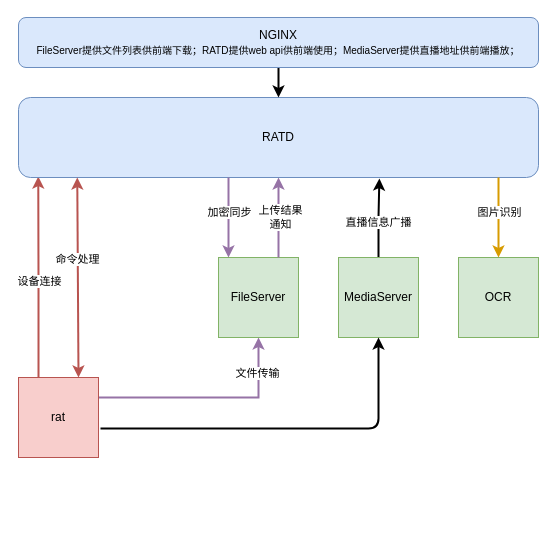
HeisenbergV/node keeps this draw.io diagram as framwork.drawio. Above is the earlier version. Source tidied: cells renumbered, new cells numbered last; positions are measured from the earlier drawing's top-left corner, leaving out a move shared by most shapes. Both pictures are drawn from the tidied source at 100%, with x=0, y=0 at pixel (18, 17).
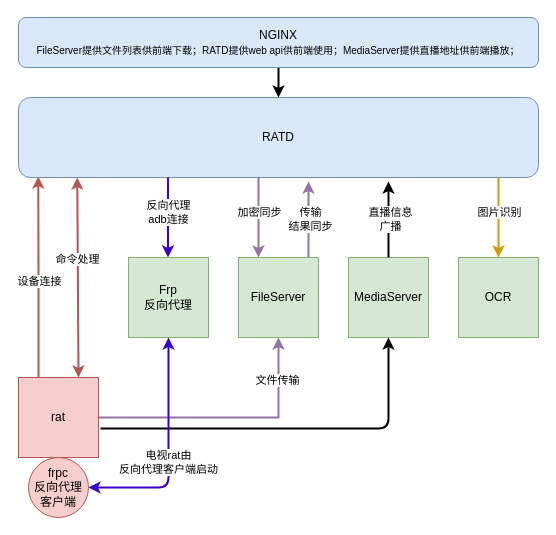
The same diagram, later.

The change refers to these unchanged cells:
```xml
<mxCell id="6" value="rat" style="whiteSpace=wrap;html=1;fillColor=#f8cecc;strokeColor=#b85450;" parent="1" vertex="1">
  <mxGeometry y="360" width="80" height="80" as="geometry" />
</mxCell>
<mxCell id="12" value="RATD" style="rounded=1;whiteSpace=wrap;html=1;fillColor=#dae8fc;strokeColor=#6c8ebf;" parent="1" vertex="1">
  <mxGeometry y="80" width="520" height="80" as="geometry" />
</mxCell>
```

What changed in the source:
```diff
@@
-    <mxCell id="2" style="edgeStyle=orthogonalEdgeStyle;rounded=0;jettySize=auto;html=1;entryX=0.5;entryY=1;entryDx=0;entryDy=0;fillColor=#e1d5e7;strokeColor=#9673a6;strokeWidth=2;exitX=1;exitY=0.25;exitDx=0;exitDy=0;" parent="1" edge="1" source="6" target="7">
+    <mxCell id="2" style="edgeStyle=orthogonalEdgeStyle;rounded=0;jettySize=auto;html=1;entryX=0.5;entryY=1;entryDx=0;entryDy=0;fillColor=#e1d5e7;strokeColor=#9673a6;strokeWidth=2;exitX=1;exitY=0.5;exitDx=0;exitDy=0;" parent="1" edge="1" source="6" target="7">
       <mxGeometry relative="1" as="geometry" />
     </mxCell>
@@
     <mxCell id="7" value="FileServer" style="whiteSpace=wrap;html=1;fillColor=#d5e8d4;strokeColor=#82b366;" parent="1" vertex="1">
-      <mxGeometry x="200" y="240" width="80" height="80" as="geometry" />
+      <mxGeometry x="220" y="240" width="80" height="80" as="geometry" />
     </mxCell>
-    <mxCell id="8" style="edgeStyle=orthogonalEdgeStyle;rounded=0;jettySize=auto;html=1;entryX=0.694;entryY=1.013;entryDx=0;entryDy=0;entryPerimeter=0;strokeWidth=2;" parent="1" edge="1" source="10" target="12">
-      <mxGeometry relative="1" as="geometry" />
-    </mxCell>
-    <mxCell id="9" value="直播信息广播" style="edgeLabel;html=1;align=center;verticalAlign=middle;" parent="8" vertex="1">
-      <mxGeometry x="-0.1" y="1" relative="1" as="geometry" />
-    </mxCell>
     <mxCell id="10" value="MediaServer" style="whiteSpace=wrap;html=1;fillColor=#d5e8d4;strokeColor=#82b366;" parent="1" vertex="1">
-      <mxGeometry x="320" y="240" width="80" height="80" as="geometry" />
+      <mxGeometry x="330" y="240" width="80" height="80" as="geometry" />
     </mxCell>
@@
     <mxCell id="17" style="endArrow=classic;html=1;entryX=0.5;entryY=0;entryDx=0;entryDy=0;strokeWidth=2;fillColor=#e1d5e7;strokeColor=#9673a6;" parent="1" edge="1">
       <mxGeometry relative="1" as="geometry">
-        <mxPoint x="210" y="160" as="sourcePoint" />
-        <mxPoint x="210" y="240" as="targetPoint" />
+        <mxPoint x="240" y="160" as="sourcePoint" />
+        <mxPoint x="240" y="240" as="targetPoint" />
       </mxGeometry>
     </mxCell>
@@
-    <mxCell id="19" style="endArrow=classic;html=1;exitX=0.75;exitY=0;exitDx=0;exitDy=0;entryX=0.5;entryY=1;entryDx=0;entryDy=0;fillColor=#e1d5e7;strokeColor=#9673a6;strokeWidth=2;" parent="1" edge="1" source="7" target="12">
-      <mxGeometry relative="1" as="geometry" />
-    </mxCell>
-    <mxCell id="20" value="上传结果&lt;br&gt;通知" style="edgeLabel;html=1;align=center;verticalAlign=middle;" parent="19" vertex="1">
-      <mxGeometry x="0.03" y="-1" relative="1" as="geometry" />
-    </mxCell>
     <mxCell id="21" style="endArrow=classic;html=1;strokeWidth=2;exitX=1.025;exitY=0.638;exitDx=0;exitDy=0;exitPerimeter=0;entryX=0.5;entryY=1;entryDx=0;entryDy=0;" parent="1" edge="1" source="6" target="10">
       <mxGeometry relative="1" as="geometry">
         <Array as="points">
-          <mxPoint x="360" y="411" />
+          <mxPoint x="370" y="411" />
         </Array>
       </mxGeometry>
     </mxCell>
@@
+    <mxCell id="24" value="Frp&lt;br&gt;反向代理" style="whiteSpace=wrap;html=1;fillColor=#d5e8d4;strokeColor=#82b366;" parent="1" vertex="1">
+      <mxGeometry x="110" y="240" width="80" height="80" as="geometry" />
+    </mxCell>
+    <mxCell id="25" style="endArrow=classic;html=1;strokeWidth=2;exitX=0.5;exitY=0;exitDx=0;exitDy=0;" parent="1" edge="1" source="10">
+      <mxGeometry relative="1" as="geometry">
+        <mxPoint x="370" y="164" as="targetPoint" />
+      </mxGeometry>
+    </mxCell>
+    <mxCell id="26" value="直播信息&lt;br&gt;广播" style="edgeLabel;html=1;align=center;verticalAlign=middle;" parent="25" vertex="1">
+      <mxGeometry x="0.03" y="-1" relative="1" as="geometry" />
+    </mxCell>
+    <mxCell id="27" style="endArrow=classic;html=1;strokeWidth=2;exitX=0.5;exitY=0;exitDx=0;exitDy=0;fillColor=#e1d5e7;strokeColor=#9673a6;" parent="1" edge="1">
+      <mxGeometry relative="1" as="geometry">
+        <mxPoint x="290" y="240" as="sourcePoint" />
+        <mxPoint x="290" y="164" as="targetPoint" />
+      </mxGeometry>
+    </mxCell>
+    <mxCell id="28" value="传输&lt;br&gt;结果同步" style="edgeLabel;html=1;align=center;verticalAlign=middle;" parent="27" vertex="1">
+      <mxGeometry x="0.03" y="-1" relative="1" as="geometry" />
+    </mxCell>
+    <mxCell id="29" style="endArrow=classic;html=1;entryX=0.5;entryY=0;entryDx=0;entryDy=0;fillColor=#6a00ff;strokeColor=#3700CC;strokeWidth=2;" parent="1" edge="1">
+      <mxGeometry relative="1" as="geometry">
+        <mxPoint x="149.5" y="160" as="sourcePoint" />
+        <mxPoint x="149.5" y="240" as="targetPoint" />
+      </mxGeometry>
+    </mxCell>
+    <mxCell id="30" value="反向代理&lt;br&gt;adb连接" style="edgeLabel;html=1;align=center;verticalAlign=middle;" parent="29" vertex="1">
+      <mxGeometry x="-0.15" relative="1" as="geometry" />
+    </mxCell>
+    <mxCell id="31" value="frpc&lt;br&gt;反向代理客户端" style="ellipse;whiteSpace=wrap;html=1;fillColor=#f8cecc;strokeColor=#b85450;" parent="1" vertex="1">
+      <mxGeometry x="10" y="440" width="60" height="60" as="geometry" />
+    </mxCell>
+    <mxCell id="32" style="endArrow=classic;startArrow=classic;html=1;strokeWidth=2;exitX=1;exitY=0.5;exitDx=0;exitDy=0;entryX=0.5;entryY=1;entryDx=0;entryDy=0;fillColor=#6a00ff;strokeColor=#3700CC;" parent="1" edge="1" source="31" target="24">
+      <mxGeometry relative="1" as="geometry">
+        <Array as="points">
+          <mxPoint x="150" y="470" />
+        </Array>
+      </mxGeometry>
+    </mxCell>
+    <mxCell id="33" value="电视rat由&lt;br&gt;反向代理客户端启动" style="edgeLabel;html=1;align=center;verticalAlign=middle;" parent="32" vertex="1">
+      <mxGeometry x="-0.08" y="1" relative="1" as="geometry" />
+    </mxCell>
```
